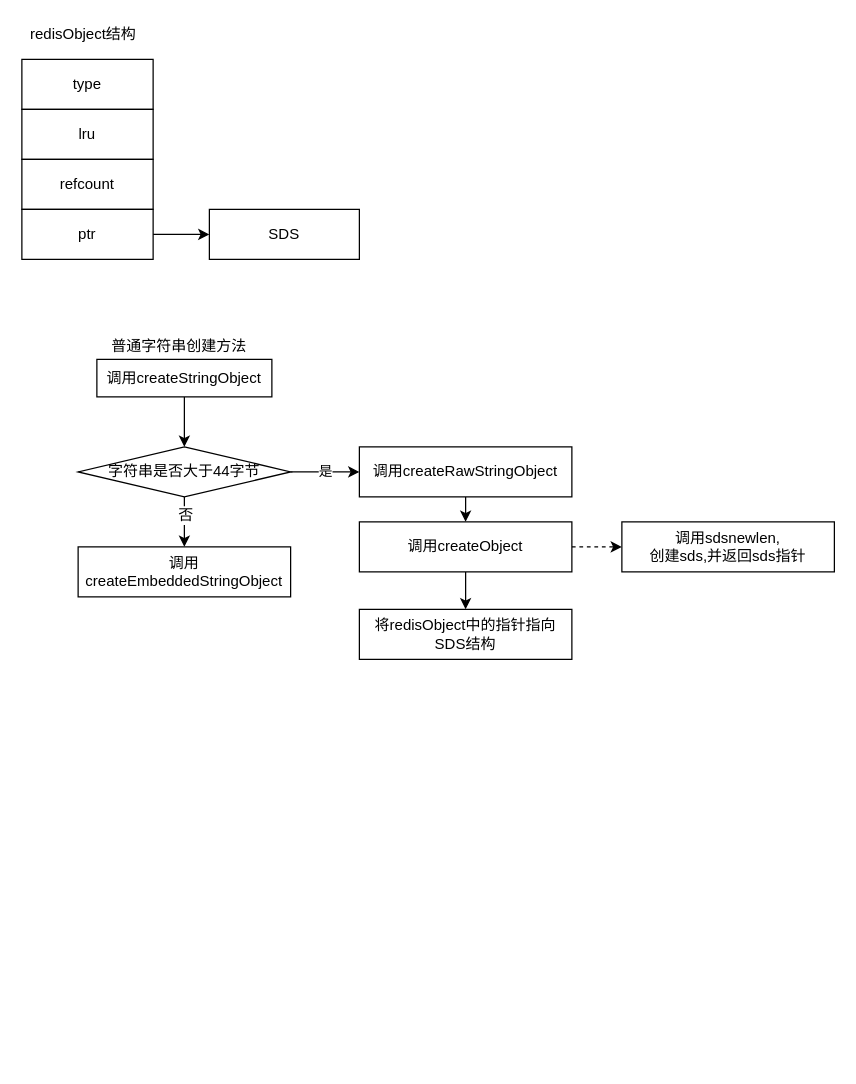
Before: note/redis源代码实战学习笔记/02数据结构/img/day04.drawio in ForeverRunner/redis-note, a draw.io diagram. Source tidied: cells renumbered, new cells numbered last; positions are measured from the earlier drawing's top-left corner, leaving out a move shared by most shapes. Both pictures are drawn from the tidied source at 125%, with x=0, y=0 at pixel (21, 21).
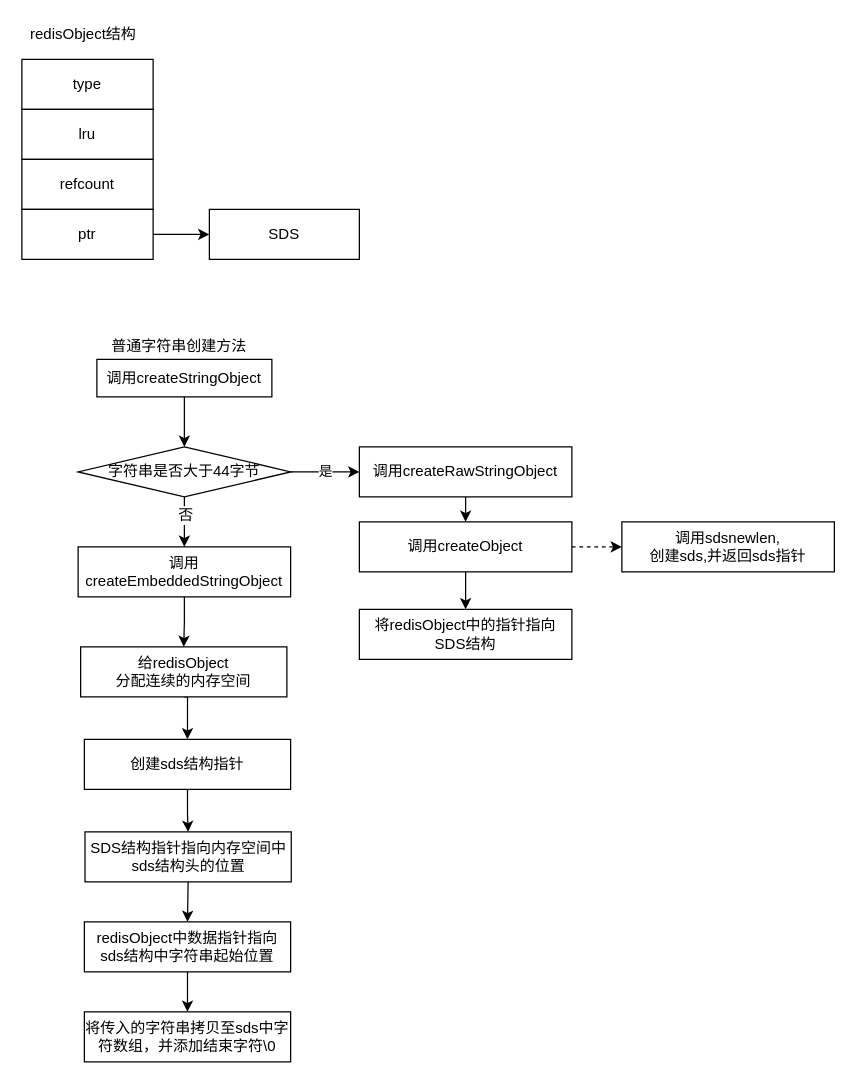
After the change.

Unchanged cells that the change refers to:
```xml
<mxCell id="19" value="调用createEmbeddedStringObject" style="rounded=0;whiteSpace=wrap;html=1;" parent="1" vertex="1">
  <mxGeometry x="45" y="420" width="170" height="40" as="geometry" />
</mxCell>
```

Change to the diagram source:
```diff
@@
+    <mxCell id="27" style="edgeStyle=orthogonalEdgeStyle;rounded=0;jettySize=auto;html=1;exitX=0.5;exitY=1;exitDx=0;exitDy=0;" parent="1" edge="1" source="19" target="29">
+      <mxGeometry relative="1" as="geometry" />
+    </mxCell>
@@
+    <mxCell id="28" style="edgeStyle=orthogonalEdgeStyle;rounded=0;jettySize=auto;html=1;exitX=0.5;exitY=1;exitDx=0;exitDy=0;entryX=0.5;entryY=0;entryDx=0;entryDy=0;" parent="1" edge="1" source="29" target="31">
+      <mxGeometry relative="1" as="geometry" />
+    </mxCell>
+    <mxCell id="29" value="给redisObject&lt;br&gt;分配连续的内存空间" style="rounded=0;whiteSpace=wrap;html=1;" parent="1" vertex="1">
+      <mxGeometry x="47" y="500" width="165" height="40" as="geometry" />
+    </mxCell>
+    <mxCell id="30" style="edgeStyle=orthogonalEdgeStyle;rounded=0;jettySize=auto;html=1;exitX=0.5;exitY=1;exitDx=0;exitDy=0;" parent="1" edge="1" source="31" target="33">
+      <mxGeometry relative="1" as="geometry" />
+    </mxCell>
+    <mxCell id="31" value="创建sds结构指针" style="rounded=0;whiteSpace=wrap;html=1;" parent="1" vertex="1">
+      <mxGeometry x="50" y="574" width="165" height="40" as="geometry" />
+    </mxCell>
+    <mxCell id="32" style="edgeStyle=orthogonalEdgeStyle;rounded=0;jettySize=auto;html=1;exitX=0.5;exitY=1;exitDx=0;exitDy=0;entryX=0.5;entryY=0;entryDx=0;entryDy=0;" parent="1" edge="1" source="33" target="35">
+      <mxGeometry relative="1" as="geometry" />
+    </mxCell>
+    <mxCell id="33" value="SDS结构指针指向内存空间中sds结构头的位置" style="rounded=0;whiteSpace=wrap;html=1;" parent="1" vertex="1">
+      <mxGeometry x="50.5" y="648" width="165" height="40" as="geometry" />
+    </mxCell>
+    <mxCell id="34" style="edgeStyle=orthogonalEdgeStyle;rounded=0;jettySize=auto;html=1;exitX=0.5;exitY=1;exitDx=0;exitDy=0;" parent="1" edge="1" source="35" target="36">
+      <mxGeometry relative="1" as="geometry" />
+    </mxCell>
+    <mxCell id="35" value="redisObject中数据指针指向sds结构中字符串起始位置" style="rounded=0;whiteSpace=wrap;html=1;" parent="1" vertex="1">
+      <mxGeometry x="50" y="720" width="165" height="40" as="geometry" />
+    </mxCell>
+    <mxCell id="36" value="将传入的字符串拷贝至sds中字符数组，并添加结束字符\0" style="rounded=0;whiteSpace=wrap;html=1;" parent="1" vertex="1">
+      <mxGeometry x="50" y="792" width="165" height="40" as="geometry" />
+    </mxCell>
```
